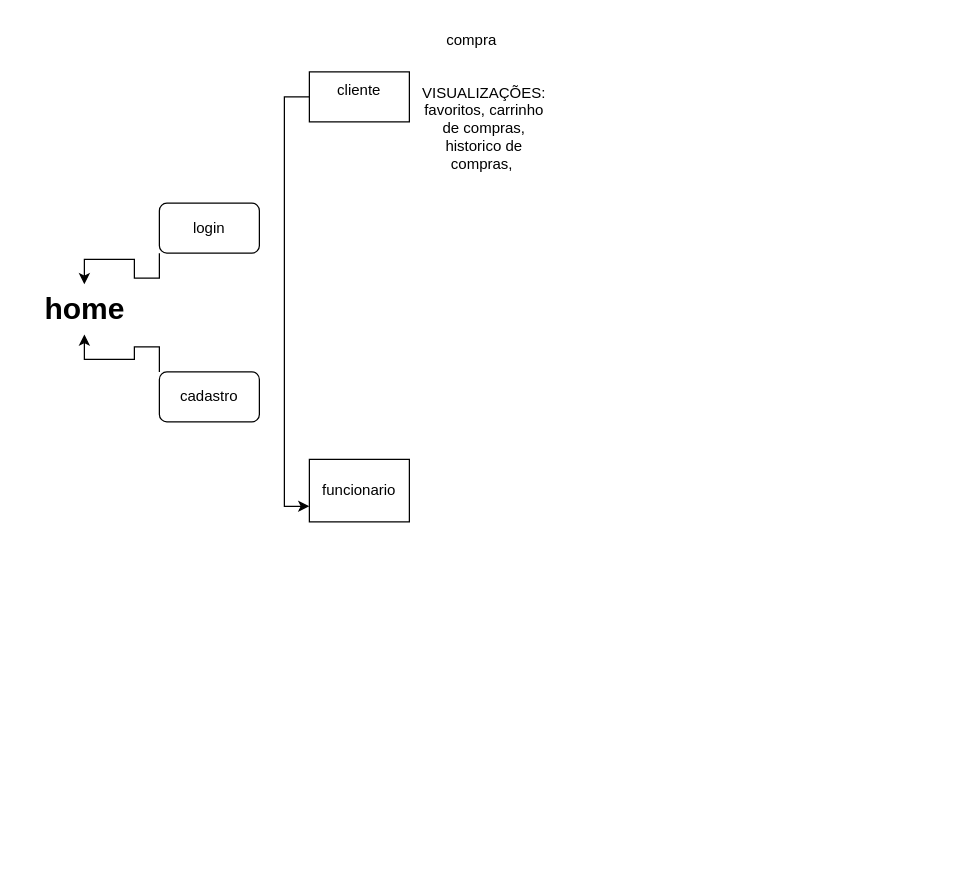
Earlier version of the draw.io diagram DiagramaProjeto.drawio (AZALONhofs/analise). Source tidied: cells renumbered, new cells numbered last; positions are measured from the earlier drawing's top-left corner, leaving out a move shared by most shapes. Both pictures are drawn from the tidied source at 125%, with x=0, y=0 at pixel (21, 21).
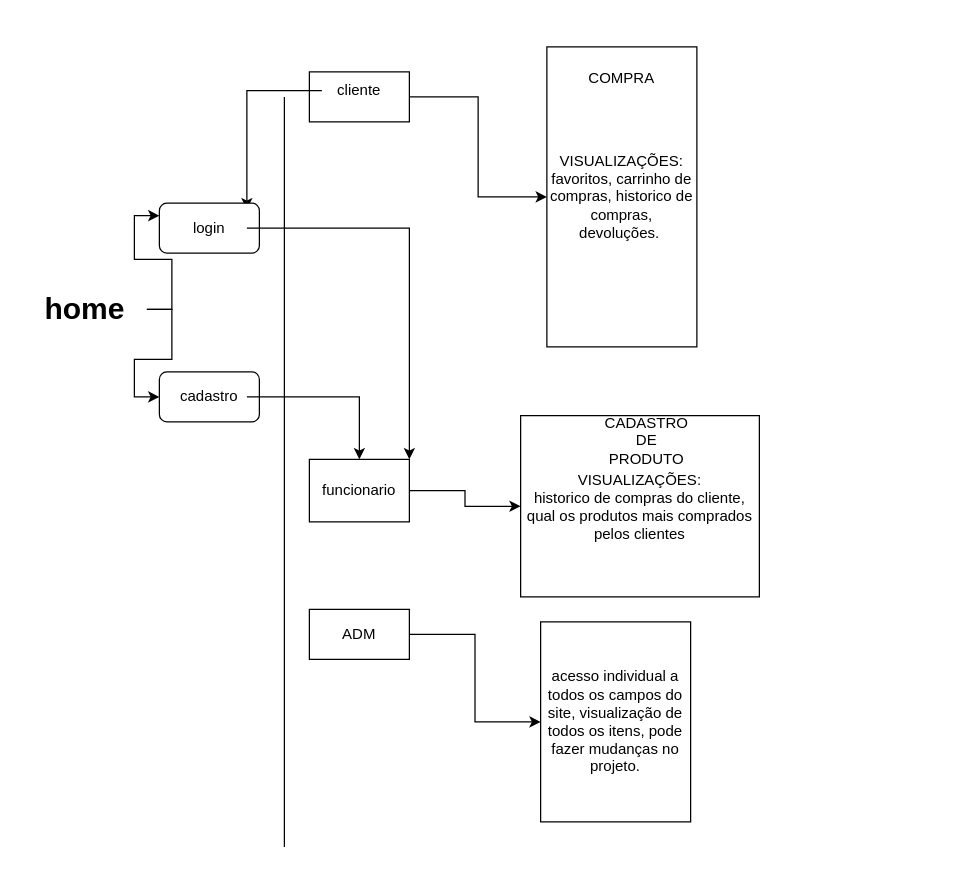
After the change.

Unchanged cells that the change refers to:
```xml
<mxCell id="3" style="rounded=0;whiteSpace=wrap;html=1;" parent="1" vertex="1">
  <mxGeometry x="230" y="40" width="80" height="40" as="geometry" />
</mxCell>
<mxCell id="4" style="rounded=0;whiteSpace=wrap;html=1;" parent="1" vertex="1">
  <mxGeometry x="230" y="350" width="80" height="50" as="geometry" />
</mxCell>
<mxCell id="5" value="cliente" style="text;html=1;strokeColor=none;fillColor=none;align=center;verticalAlign=middle;whiteSpace=wrap;rounded=0;" parent="1" vertex="1">
  <mxGeometry x="240" y="40" width="60" height="30" as="geometry" />
</mxCell>
<mxCell id="6" value="funcionario" style="text;html=1;strokeColor=none;fillColor=none;align=center;verticalAlign=middle;whiteSpace=wrap;rounded=0;" parent="1" vertex="1">
  <mxGeometry x="230" y="350" width="80" height="50" as="geometry" />
</mxCell>
<mxCell id="8" style="rounded=1;whiteSpace=wrap;html=1;" parent="1" vertex="1">
  <mxGeometry x="110" y="145" width="80" height="40" as="geometry" />
</mxCell>
<mxCell id="10" style="rounded=1;whiteSpace=wrap;html=1;" parent="1" vertex="1">
  <mxGeometry x="110" y="280" width="80" height="40" as="geometry" />
</mxCell>
<mxCell id="11" value="home" style="text;strokeColor=none;fillColor=none;html=1;fontSize=24;fontStyle=1;verticalAlign=middle;align=center;" parent="1" vertex="1">
  <mxGeometry y="210" width="100" height="40" as="geometry" />
</mxCell>
<mxCell id="12" value="login" style="text;html=1;strokeColor=none;fillColor=none;align=center;verticalAlign=middle;whiteSpace=wrap;rounded=0;" parent="1" vertex="1">
  <mxGeometry x="120" y="150" width="60" height="30" as="geometry" />
</mxCell>
<mxCell id="13" value="cadastro" style="text;html=1;strokeColor=none;fillColor=none;align=center;verticalAlign=middle;whiteSpace=wrap;rounded=0;" parent="1" vertex="1">
  <mxGeometry x="120" y="285" width="60" height="30" as="geometry" />
</mxCell>
```

What changed in the source:
```diff
@@
-    <mxCell id="2" style="edgeStyle=orthogonalEdgeStyle;rounded=0;jettySize=auto;html=1;exitX=0;exitY=0.5;exitDx=0;exitDy=0;entryX=0;entryY=0.75;entryDx=0;entryDy=0;" parent="1" edge="1" source="3" target="4">
-      <mxGeometry relative="1" as="geometry" />
-    </mxCell>
+    <mxCell id="16" style="edgeStyle=orthogonalEdgeStyle;rounded=0;jettySize=auto;html=1;" parent="1" edge="1" source="3" target="28">
+      <mxGeometry relative="1" as="geometry" />
+    </mxCell>
@@
+    <mxCell id="17" style="edgeStyle=orthogonalEdgeStyle;rounded=0;jettySize=auto;html=1;entryX=1;entryY=0;entryDx=0;entryDy=0;" parent="1" edge="1" source="5" target="12">
+      <mxGeometry relative="1" as="geometry" />
+    </mxCell>
@@
+    <mxCell id="18" style="edgeStyle=orthogonalEdgeStyle;rounded=0;jettySize=auto;html=1;" parent="1" edge="1" source="6" target="31">
+      <mxGeometry relative="1" as="geometry" />
+    </mxCell>
@@
-    <mxCell id="7" style="edgeStyle=orthogonalEdgeStyle;rounded=0;jettySize=auto;html=1;exitX=0;exitY=1;exitDx=0;exitDy=0;" parent="1" edge="1" source="8" target="11">
-      <mxGeometry relative="1" as="geometry" />
-    </mxCell>
@@
-    <mxCell id="9" style="edgeStyle=orthogonalEdgeStyle;rounded=0;jettySize=auto;html=1;exitX=0;exitY=0;exitDx=0;exitDy=0;entryX=0.5;entryY=1;entryDx=0;entryDy=0;" parent="1" edge="1" source="10" target="11">
-      <mxGeometry relative="1" as="geometry" />
-    </mxCell>
@@
+    <mxCell id="19" style="edgeStyle=orthogonalEdgeStyle;rounded=0;jettySize=auto;html=1;entryX=0;entryY=0.5;entryDx=0;entryDy=0;" parent="1" edge="1" source="11" target="10">
+      <mxGeometry relative="1" as="geometry" />
+    </mxCell>
+    <mxCell id="20" style="edgeStyle=orthogonalEdgeStyle;rounded=0;jettySize=auto;html=1;entryX=0;entryY=0.25;entryDx=0;entryDy=0;" parent="1" edge="1" source="11" target="8">
+      <mxGeometry relative="1" as="geometry" />
+    </mxCell>
@@
+    <mxCell id="21" style="edgeStyle=orthogonalEdgeStyle;rounded=0;jettySize=auto;html=1;entryX=1;entryY=0;entryDx=0;entryDy=0;" parent="1" edge="1" source="12" target="6">
+      <mxGeometry relative="1" as="geometry" />
+    </mxCell>
@@
+    <mxCell id="22" style="edgeStyle=orthogonalEdgeStyle;rounded=0;jettySize=auto;html=1;entryX=0.5;entryY=0;entryDx=0;entryDy=0;" parent="1" edge="1" source="13" target="6">
+      <mxGeometry relative="1" as="geometry" />
+    </mxCell>
@@
-    <mxCell id="14" value="compra" style="text;html=1;strokeColor=none;fillColor=none;align=center;verticalAlign=middle;whiteSpace=wrap;rounded=0;" parent="1" vertex="1">
-      <mxGeometry x="330" width="60" height="30" as="geometry" />
-    </mxCell>
-    <mxCell id="15" value="VISUALIZAÇÕES: favoritos, carrinho de compras, historico de compras,&amp;nbsp;" style="text;html=1;strokeColor=none;fillColor=none;align=center;verticalAlign=middle;whiteSpace=wrap;rounded=0;" parent="1" vertex="1">
-      <mxGeometry x="340" y="70" width="60" height="30" as="geometry" />
-    </mxCell>
+    <mxCell id="23" style="edgeStyle=orthogonalEdgeStyle;rounded=0;orthogonalLoop=1;jettySize=auto;html=1;exitX=0.5;exitY=1;exitDx=0;exitDy=0;" parent="1" edge="1">
+      <mxGeometry relative="1" as="geometry">
+        <mxPoint x="700" y="360" as="sourcePoint" />
+        <mxPoint x="700" y="360" as="targetPoint" />
+      </mxGeometry>
+    </mxCell>
+    <mxCell id="24" style="endArrow=none;html=1;rounded=0;" parent="1" edge="1">
+      <mxGeometry relative="1" as="geometry">
+        <mxPoint x="210" y="660" as="sourcePoint" />
+        <mxPoint x="210" y="60" as="targetPoint" />
+      </mxGeometry>
+    </mxCell>
+    <mxCell id="25" value="acesso individual a todos os campos do site, visualização de todos os itens, pode fazer mudanças no projeto." style="rounded=0;whiteSpace=wrap;html=1;" parent="1" vertex="1">
+      <mxGeometry x="415" y="480" width="120" height="160" as="geometry" />
+    </mxCell>
+    <mxCell id="26" style="edgeStyle=orthogonalEdgeStyle;rounded=0;jettySize=auto;html=1;" parent="1" edge="1" source="27" target="25">
+      <mxGeometry relative="1" as="geometry" />
+    </mxCell>
+    <mxCell id="27" value="ADM" style="rounded=0;whiteSpace=wrap;html=1;" parent="1" vertex="1">
+      <mxGeometry x="230" y="470" width="80" height="40" as="geometry" />
+    </mxCell>
+    <mxCell id="28" value="VISUALIZAÇÕES: favoritos, carrinho de compras, historico de compras, devoluções.&amp;nbsp;" style="rounded=0;whiteSpace=wrap;html=1;" parent="1" vertex="1">
+      <mxGeometry x="420" y="20" width="120" height="240" as="geometry" />
+    </mxCell>
+    <mxCell id="29" value="COMPRA" style="text;html=1;strokeColor=none;fillColor=none;align=center;verticalAlign=middle;whiteSpace=wrap;rounded=0;" parent="1" vertex="1">
+      <mxGeometry x="450" y="30" width="60" height="30" as="geometry" />
+    </mxCell>
+    <mxCell id="30" style="edgeStyle=orthogonalEdgeStyle;rounded=0;orthogonalLoop=1;jettySize=auto;html=1;exitX=0.5;exitY=1;exitDx=0;exitDy=0;" parent="1" edge="1">
+      <mxGeometry relative="1" as="geometry">
+        <mxPoint x="730" y="180" as="sourcePoint" />
+        <mxPoint x="730" y="180" as="targetPoint" />
+      </mxGeometry>
+    </mxCell>
+    <mxCell id="31" value="VISUALIZAÇÕES:&lt;br&gt;historico de compras do cliente, qual os produtos mais comprados pelos clientes" style="rounded=0;whiteSpace=wrap;html=1;" parent="1" vertex="1">
+      <mxGeometry x="399" y="315" width="191" height="145" as="geometry" />
+    </mxCell>
+    <mxCell id="32" value="CADASTRO DE PRODUTO" style="text;html=1;strokeColor=none;fillColor=none;align=center;verticalAlign=middle;whiteSpace=wrap;rounded=0;" parent="1" vertex="1">
+      <mxGeometry x="470" y="320" width="60" height="30" as="geometry" />
+    </mxCell>
+    <mxCell id="33" style="edgeStyle=orthogonalEdgeStyle;rounded=0;orthogonalLoop=1;jettySize=auto;html=1;exitX=0.5;exitY=1;exitDx=0;exitDy=0;" parent="1" edge="1" source="31" target="31">
+      <mxGeometry relative="1" as="geometry" />
+    </mxCell>
```
